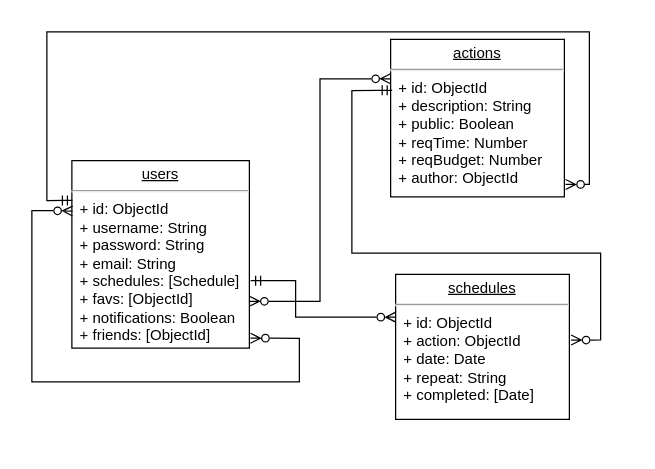
Earlier version of the draw.io diagram staff/maria-navarrete/full-stack/final-project/docs/images/ERDiagram.drawio (b00tc4mp/neoland-bootcamp-202201). Source tidied: cells renumbered, new cells numbered last; positions are measured from the earlier drawing's top-left corner, leaving out a move shared by most shapes. Both pictures are drawn from the tidied source at 125%, with x=0, y=0 at pixel (31, 31).
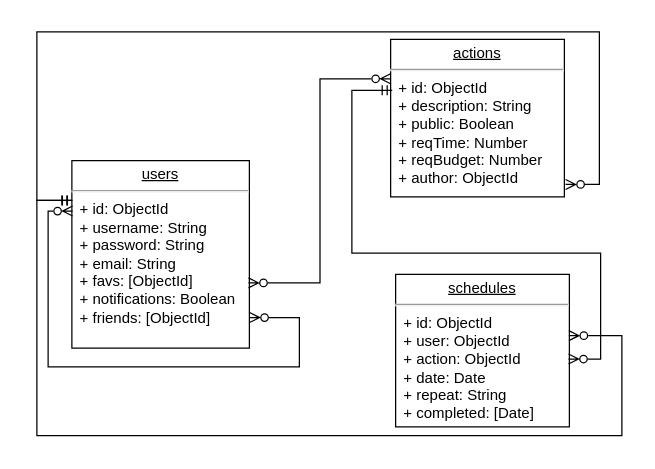
After the change.

Unchanged cells that the change refers to:
```xml
<mxCell id="18" value="&lt;p style=&quot;margin: 0px ; margin-top: 4px ; text-align: center ; text-decoration: underline&quot;&gt;actions&lt;br&gt;&lt;/p&gt;&lt;hr&gt;&amp;nbsp; + id: ObjectId&lt;div&gt;&lt;span&gt;&amp;nbsp; + description: String&lt;/span&gt;&lt;/div&gt;&lt;div&gt;&lt;span&gt;&amp;nbsp; + public: Boolean&lt;/span&gt;&lt;/div&gt;&lt;div&gt;&lt;span&gt;&amp;nbsp; + reqTime: Number &lt;/span&gt;&lt;/div&gt;&lt;div&gt;&lt;span&gt;&amp;nbsp; + reqBudget: Number&lt;/span&gt;&lt;/div&gt;&lt;div&gt;&lt;span&gt;&amp;nbsp; + author: ObjectId &lt;/span&gt;&lt;/div&gt;" style="verticalAlign=top;align=left;overflow=fill;fontSize=12;fontFamily=Helvetica;html=1;rounded=0;shadow=0;comic=0;labelBackgroundColor=none;strokeWidth=1;" parent="1" vertex="1">
  <mxGeometry x="287" y="6" width="139" height="126" as="geometry" />
</mxCell>
```

What changed in the source:
```diff
@@
-    <mxCell id="2" value="&lt;p style=&quot;margin: 0px ; margin-top: 4px ; text-align: center ; text-decoration: underline&quot;&gt;users&lt;/p&gt;&lt;hr&gt;&lt;div&gt;&amp;nbsp; + id: ObjectId&lt;/div&gt;&lt;div&gt;&amp;nbsp; + username: String&lt;/div&gt;&lt;div&gt;&amp;nbsp; + password: String&lt;/div&gt;&lt;div&gt;&amp;nbsp; + email: String&lt;br&gt;&amp;nbsp; + schedules: [Schedule]&lt;br&gt;&lt;/div&gt;&lt;div&gt;&amp;nbsp; + favs: [ObjectId]&lt;/div&gt;&lt;div&gt;&amp;nbsp; + notifications: Boolean&lt;/div&gt;&lt;div&gt;&amp;nbsp; + friends: [ObjectId]&lt;/div&gt;&lt;div&gt;&lt;br&gt;&lt;/div&gt;" style="verticalAlign=top;align=left;overflow=fill;fontSize=12;fontFamily=Helvetica;html=1;rounded=0;shadow=0;comic=0;labelBackgroundColor=none;strokeWidth=1;" parent="1" vertex="1">
+    <mxCell id="2" value="&lt;p style=&quot;margin: 0px ; margin-top: 4px ; text-align: center ; text-decoration: underline&quot;&gt;users&lt;/p&gt;&lt;hr&gt;&lt;div&gt;&amp;nbsp; + id: ObjectId&lt;/div&gt;&lt;div&gt;&amp;nbsp; + username: String&lt;/div&gt;&lt;div&gt;&amp;nbsp; + password: String&lt;/div&gt;&lt;div&gt;&amp;nbsp; + email: String&lt;br&gt;&lt;/div&gt;&lt;div&gt;&amp;nbsp; + favs: [ObjectId]&lt;/div&gt;&lt;div&gt;&amp;nbsp; + notifications: Boolean&lt;/div&gt;&lt;div&gt;&amp;nbsp; + friends: [ObjectId]&lt;/div&gt;&lt;div&gt;&lt;br&gt;&lt;/div&gt;" style="verticalAlign=top;align=left;overflow=fill;fontSize=12;fontFamily=Helvetica;html=1;rounded=0;shadow=0;comic=0;labelBackgroundColor=none;strokeWidth=1;" parent="1" vertex="1">
       <mxGeometry x="32" y="103" width="142" height="150" as="geometry" />
     </mxCell>
@@
-    <mxCell id="19" value="&lt;p style=&quot;margin: 0px ; margin-top: 4px ; text-align: center ; text-decoration: underline&quot;&gt;schedules&lt;br&gt;&lt;/p&gt;&lt;hr&gt;&amp;nbsp; + id: ObjectId&lt;div&gt;&lt;span&gt;&amp;nbsp; + action: ObjectId&lt;/span&gt;&lt;/div&gt;&lt;div&gt;&lt;/div&gt;&lt;div&gt;&amp;nbsp; + date: Date&lt;/div&gt;&lt;div&gt;&amp;nbsp; + repeat: String&lt;/div&gt;&lt;div&gt;&amp;nbsp; + completed: [Date]&lt;br&gt;&lt;/div&gt;" style="verticalAlign=top;align=left;overflow=fill;fontSize=12;fontFamily=Helvetica;html=1;rounded=0;shadow=0;comic=0;labelBackgroundColor=none;strokeWidth=1;" parent="1" vertex="1">
-      <mxGeometry x="291" y="194" width="139" height="116" as="geometry" />
+    <mxCell id="19" value="&lt;p style=&quot;margin: 0px ; margin-top: 4px ; text-align: center ; text-decoration: underline&quot;&gt;schedules&lt;br&gt;&lt;/p&gt;&lt;hr&gt;&lt;div&gt;&amp;nbsp; + id: ObjectId&lt;/div&gt;&lt;div&gt;&amp;nbsp; + user: ObjectId&lt;br&gt;&lt;/div&gt;&lt;div&gt;&lt;span&gt;&amp;nbsp; + action: ObjectId&lt;/span&gt;&lt;/div&gt;&lt;div&gt;&lt;/div&gt;&lt;div&gt;&amp;nbsp; + date: Date&lt;/div&gt;&lt;div&gt;&amp;nbsp; + repeat: String&lt;/div&gt;&lt;div&gt;&amp;nbsp; + completed: [Date]&lt;br&gt;&lt;/div&gt;" style="verticalAlign=top;align=left;overflow=fill;fontSize=12;fontFamily=Helvetica;html=1;rounded=0;shadow=0;comic=0;labelBackgroundColor=none;strokeWidth=1;" parent="1" vertex="1">
+      <mxGeometry x="291" y="194" width="139" height="122" as="geometry" />
     </mxCell>
     <mxCell id="20" style="edgeStyle=orthogonalEdgeStyle;fontSize=12;html=1;endArrow=ERzeroToMany;rounded=0;entryX=1.007;entryY=0.921;entryDx=0;entryDy=0;entryPerimeter=0;endFill=0;startArrow=ERmandOne;startFill=0;exitX=0.003;exitY=0.212;exitDx=0;exitDy=0;exitPerimeter=0;" parent="1" edge="1" source="2" target="18">
       <mxGeometry relative="1" as="geometry">
         <Array as="points">
-          <mxPoint x="27" y="135" />
-          <mxPoint x="12" y="135" />
-          <mxPoint x="12" />
-          <mxPoint x="446" />
-          <mxPoint x="446" y="122" />
+          <mxPoint x="4" y="135" />
+          <mxPoint x="4" />
+          <mxPoint x="454" />
+          <mxPoint x="454" y="122" />
         </Array>
       </mxGeometry>
     </mxCell>
-    <mxCell id="21" style="edgeStyle=orthogonalEdgeStyle;fontSize=12;html=1;endArrow=ERzeroToMany;rounded=0;exitX=1.007;exitY=0.64;exitDx=0;exitDy=0;entryX=0.001;entryY=0.295;entryDx=0;entryDy=0;entryPerimeter=0;exitPerimeter=0;endFill=0;startArrow=ERmandOne;startFill=0;" parent="1" edge="1" source="2" target="19">
-      <mxGeometry relative="1" as="geometry">
-        <Array as="points">
-          <mxPoint x="211" y="199" />
-          <mxPoint x="211" y="228" />
-        </Array>
-      </mxGeometry>
-    </mxCell>
-    <mxCell id="22" style="edgeStyle=orthogonalEdgeStyle;fontSize=12;html=1;endArrow=ERzeroToMany;startArrow=ERzeroToMany;rounded=0;exitX=1;exitY=0.75;exitDx=0;exitDy=0;startFill=0;endFill=0;entryX=0;entryY=0.25;entryDx=0;entryDy=0;" parent="1" edge="1" source="2" target="18">
+    <mxCell id="22" style="edgeStyle=orthogonalEdgeStyle;fontSize=12;html=1;endArrow=ERzeroToMany;startArrow=ERzeroToMany;rounded=0;exitX=0.995;exitY=0.652;exitDx=0;exitDy=0;startFill=0;endFill=0;entryX=0;entryY=0.25;entryDx=0;entryDy=0;exitPerimeter=0;" parent="1" edge="1" source="2" target="18">
       <mxGeometry relative="1" as="geometry" />
     </mxCell>
-    <mxCell id="23" style="edgeStyle=orthogonalEdgeStyle;fontSize=12;html=1;endArrow=ERzeroToMany;startArrow=ERzeroToMany;rounded=0;exitX=1.006;exitY=0.947;exitDx=0;exitDy=0;exitPerimeter=0;startFill=0;endFill=0;entryX=0.004;entryY=0.269;entryDx=0;entryDy=0;entryPerimeter=0;" parent="1" edge="1" source="2" target="2">
+    <mxCell id="23" style="edgeStyle=orthogonalEdgeStyle;fontSize=12;html=1;endArrow=ERzeroToMany;startArrow=ERzeroToMany;rounded=0;exitX=1.001;exitY=0.837;exitDx=0;exitDy=0;exitPerimeter=0;startFill=0;endFill=0;entryX=0.004;entryY=0.269;entryDx=0;entryDy=0;entryPerimeter=0;" parent="1" edge="1" source="2" target="2">
       <mxGeometry relative="1" as="geometry">
         <Array as="points">
-          <mxPoint x="214" y="245" />
-          <mxPoint x="214" y="280" />
-          <mxPoint y="280" />
-          <mxPoint y="143" />
-          <mxPoint x="16" y="143" />
+          <mxPoint x="214" y="229" />
+          <mxPoint x="214" y="268" />
+          <mxPoint x="13" y="268" />
+          <mxPoint x="13" y="143" />
         </Array>
       </mxGeometry>
     </mxCell>
-    <mxCell id="24" style="edgeStyle=orthogonalEdgeStyle;fontSize=12;html=1;endArrow=ERzeroToMany;rounded=0;endFill=0;startArrow=ERmandOne;startFill=0;exitX=0.009;exitY=0.323;exitDx=0;exitDy=0;exitPerimeter=0;entryX=1.01;entryY=0.453;entryDx=0;entryDy=0;entryPerimeter=0;" parent="1" edge="1" source="18" target="19">
+    <mxCell id="24" style="edgeStyle=orthogonalEdgeStyle;fontSize=12;html=1;endArrow=ERzeroToMany;rounded=0;endFill=0;startArrow=ERmandOne;startFill=0;exitX=0.009;exitY=0.323;exitDx=0;exitDy=0;exitPerimeter=0;entryX=0.995;entryY=0.555;entryDx=0;entryDy=0;entryPerimeter=0;" parent="1" edge="1" source="18" target="19">
       <mxGeometry relative="1" as="geometry">
         <Array as="points">
-          <mxPoint x="277" y="47" />
           <mxPoint x="256" y="47" />
           <mxPoint x="256" y="177" />
           <mxPoint x="455" y="177" />
-          <mxPoint x="455" y="247" />
+          <mxPoint x="455" y="262" />
         </Array>
       </mxGeometry>
     </mxCell>
+    <mxCell id="25" style="edgeStyle=orthogonalEdgeStyle;fontSize=12;html=1;endArrow=ERzeroToMany;rounded=0;endFill=0;startArrow=ERmandOne;startFill=0;exitX=0.007;exitY=0.212;exitDx=0;exitDy=0;exitPerimeter=0;entryX=0.997;entryY=0.402;entryDx=0;entryDy=0;entryPerimeter=0;" parent="1" edge="1" target="19">
+      <mxGeometry relative="1" as="geometry">
+        <mxPoint x="32" y="134.8" as="sourcePoint" />
+        <Array as="points">
+          <mxPoint x="4" y="135" />
+          <mxPoint x="4" y="323" />
+          <mxPoint x="472" y="323" />
+          <mxPoint x="472" y="243" />
+        </Array>
+      </mxGeometry>
+    </mxCell>
```
